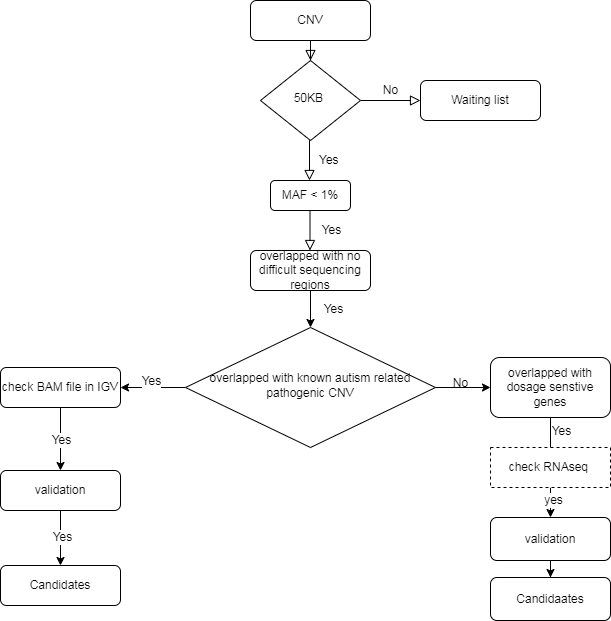
Earlier version of the draw.io export cnv_50kb_pipeline.png (ShirleyLiu-BCH/workflow). Source tidied: cells renumbered, new cells last; positions are measured from the earlier drawing's top-left corner, leaving out a move shared by most shapes.
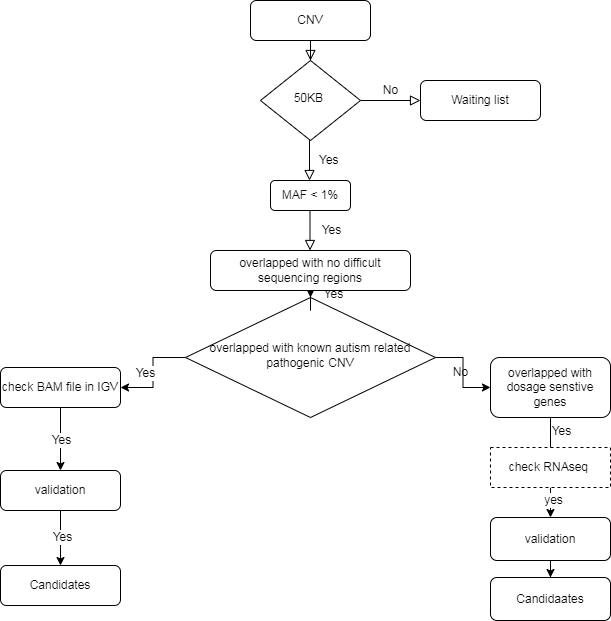
Above is the later version.

Diff of the diagram source:
```diff
@@ -33,11 +33,11 @@
     </mxCell>
     <mxCell id="10" value="Yes" style="edgeLabel;html=1;align=center;verticalAlign=middle;" parent="9" vertex="1">
       <mxGeometry x="-0.05" y="-4" relative="1" as="geometry">
-        <mxPoint x="-4" y="-3" as="offset" />
+        <mxPoint x="-4" y="3" as="offset" />
       </mxGeometry>
     </mxCell>
     <mxCell id="11" value="overlapped with known autism related pathogenic CNV" style="rhombus;whiteSpace=wrap;html=1;shadow=0;fontFamily=Helvetica;fontSize=12;align=center;strokeWidth=1;spacing=6;spacingTop=-4;" parent="1" vertex="1">
-      <mxGeometry x="185" y="327" width="250" height="120" as="geometry" />
+      <mxGeometry x="185" y="297" width="250" height="120" as="geometry" />
     </mxCell>
     <mxCell id="12" style="edgeStyle=orthogonalEdgeStyle;rounded=0;jettySize=auto;html=1;" parent="1" edge="1" source="14" target="21">
       <mxGeometry relative="1" as="geometry" />
@@ -57,7 +57,7 @@
       </mxGeometry>
     </mxCell>
     <mxCell id="17" value="overlapped with no difficult sequencing regions" style="rounded=1;whiteSpace=wrap;html=1;fontSize=12;glass=0;strokeWidth=1;shadow=0;" parent="1" vertex="1">
-      <mxGeometry x="250" y="250" width="120" height="40" as="geometry" />
+      <mxGeometry x="210" y="250" width="200" height="40" as="geometry" />
     </mxCell>
     <mxCell id="18" style="edgeStyle=orthogonalEdgeStyle;rounded=0;orthogonalLoop=1;jettySize=auto;html=1;exitX=0.5;exitY=1;exitDx=0;exitDy=0;" parent="1" edge="1" source="11" target="11">
       <mxGeometry relative="1" as="geometry" />
@@ -118,10 +118,13 @@
       </mxGeometry>
     </mxCell>
     <mxCell id="34" value="No" style="text;html=1;align=center;verticalAlign=middle;strokeColor=none;fillColor=none;" parent="1" vertex="1">
-      <mxGeometry x="440" y="368" width="40" height="30" as="geometry" />
+      <mxGeometry x="440" y="357" width="40" height="30" as="geometry" />
     </mxCell>
     <mxCell id="35" value="Candidaates" style="whiteSpace=wrap;html=1;rounded=1;glass=0;strokeWidth=1;shadow=0;" parent="1" vertex="1">
       <mxGeometry x="490" y="577" width="120" height="43" as="geometry" />
     </mxCell>
+    <mxCell id="36" style="edgeStyle=orthogonalEdgeStyle;rounded=0;orthogonalLoop=1;jettySize=auto;html=1;exitX=0.5;exitY=1;exitDx=0;exitDy=0;" parent="1" edge="1" source="11" target="11">
+      <mxGeometry relative="1" as="geometry" />
+    </mxCell>
   </root>
 </mxGraphModel>
```
